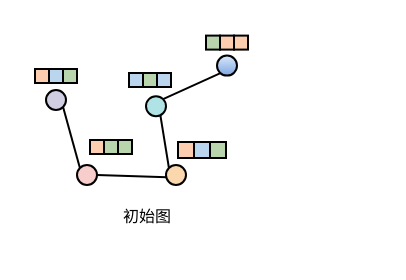
Above: 图扩散与双视图特征学习增强的图卷积网络.drawio in zbyuser/- (draw.io), before the change. Source tidied: cells renumbered, new cells numbered last; positions are measured from the earlier drawing's top-left corner, leaving out a move shared by most shapes. Both pictures are drawn from the tidied source at 200%, with x=0, y=0 at pixel (34, 34).
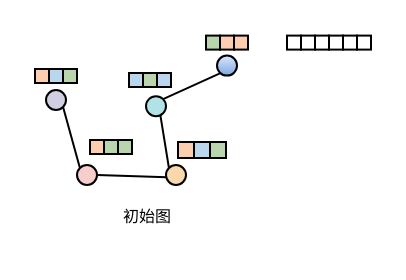
The same diagram, later.

Commit message (it also covers changes not shown here):
更新图扩散与双视图特征学习增强的图卷积网络.drawio

The edit, as a diff of the source:
```diff
@@
+    <mxCell id="27" style="rounded=0;whiteSpace=wrap;html=1;fontSize=7;" parent="1" vertex="1">
+      <mxGeometry x="126" y="0.3" width="7" height="7" as="geometry" />
+    </mxCell>
+    <mxCell id="28" style="rounded=0;whiteSpace=wrap;html=1;fontSize=7;" parent="1" vertex="1">
+      <mxGeometry x="133" y="0.3" width="7" height="7" as="geometry" />
+    </mxCell>
+    <mxCell id="29" style="rounded=0;whiteSpace=wrap;html=1;fontSize=7;" parent="1" vertex="1">
+      <mxGeometry x="140" y="0.3" width="7" height="7" as="geometry" />
+    </mxCell>
+    <mxCell id="30" style="rounded=0;whiteSpace=wrap;html=1;fontSize=7;" parent="1" vertex="1">
+      <mxGeometry x="147" y="0.3" width="7" height="7" as="geometry" />
+    </mxCell>
+    <mxCell id="31" style="rounded=0;whiteSpace=wrap;html=1;fontSize=7;" parent="1" vertex="1">
+      <mxGeometry x="154" y="0.3" width="7" height="7" as="geometry" />
+    </mxCell>
+    <mxCell id="32" style="rounded=0;whiteSpace=wrap;html=1;fontSize=7;" parent="1" vertex="1">
+      <mxGeometry x="161" y="0.3" width="7" height="7" as="geometry" />
+    </mxCell>
```
